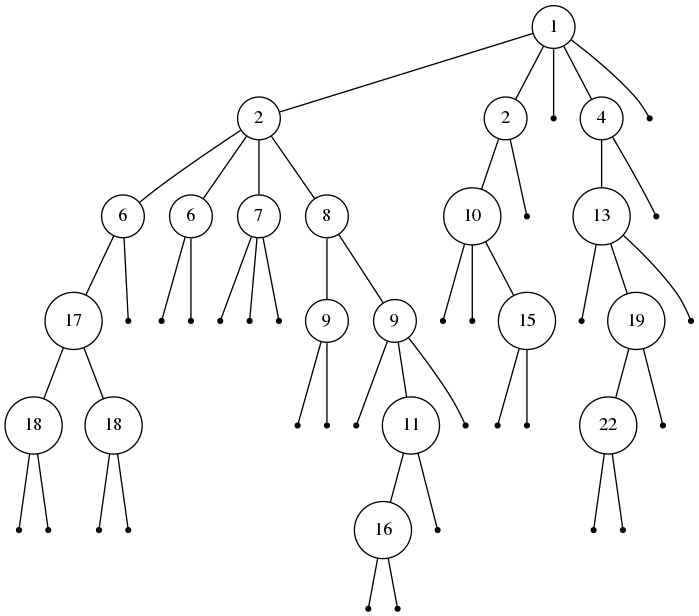
Earlier version of the Graphviz export tree/test9.png (Shaolans/Projet_AAGA). Its source is kept beside it as tree/test9.dot.
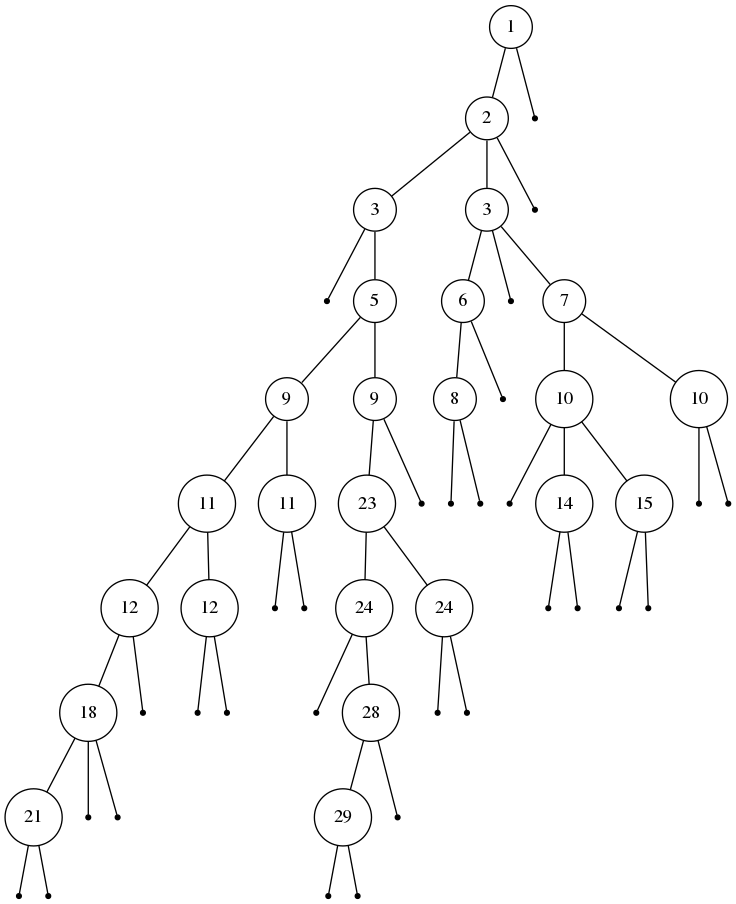
The same file after the commit.

The edit, as a diff of the source:
```diff
@@ -3,100 +3,110 @@
 treeimplementationSchroderTreeImpl7ea987ac [label="1", shape=circle, width=0.1];
 treeimplementationSchroderTreeImpl7ea987ac -> treeimplementationSchroderTreeImpl12a3a380;
 treeimplementationSchroderTreeImpl7ea987ac -> treeimplementationSchroderTreeImpl29453f44;
-treeimplementationSchroderTreeImpl7ea987ac -> treeimplementationSchroderTreeImpl5cad8086;
 treeimplementationSchroderTreeImpl12a3a380 [label="2", shape=circle, width=0.1];
+treeimplementationSchroderTreeImpl12a3a380 -> treeimplementationSchroderTreeImpl5cad8086;
 treeimplementationSchroderTreeImpl12a3a380 -> treeimplementationSchroderTreeImpl6e0be858;
 treeimplementationSchroderTreeImpl12a3a380 -> treeimplementationSchroderTreeImpl61bbe9ba;
-treeimplementationSchroderTreeImpl6e0be858 [label="4", shape=circle, width=0.1];
-treeimplementationSchroderTreeImpl6e0be858 -> treeimplementationSchroderTreeImpl610455d6;
-treeimplementationSchroderTreeImpl6e0be858 -> treeimplementationSchroderTreeImpl511d50c0;
-treeimplementationSchroderTreeImpl610455d6 [label="15", shape=circle, width=0.1];
-treeimplementationSchroderTreeImpl610455d6 -> treeimplementationSchroderTreeImpl60e53b93;
-treeimplementationSchroderTreeImpl610455d6 -> treeimplementationSchroderTreeImpl5e2de80c;
-treeimplementationSchroderTreeImpl60e53b93 [label="", shape=point];
-treeimplementationSchroderTreeImpl5e2de80c [label="19", shape=circle, width=0.1];
-treeimplementationSchroderTreeImpl5e2de80c -> treeimplementationSchroderTreeImpl1d44bcfa;
-treeimplementationSchroderTreeImpl5e2de80c -> treeimplementationSchroderTreeImpl266474c2;
-treeimplementationSchroderTreeImpl1d44bcfa [label="", shape=point];
-treeimplementationSchroderTreeImpl266474c2 [label="", shape=point];
-treeimplementationSchroderTreeImpl511d50c0 [label="", shape=point];
-treeimplementationSchroderTreeImpl61bbe9ba [label="4", shape=circle, width=0.1];
-treeimplementationSchroderTreeImpl61bbe9ba -> treeimplementationSchroderTreeImpl6f94fa3e;
-treeimplementationSchroderTreeImpl61bbe9ba -> treeimplementationSchroderTreeImpl5e481248;
-treeimplementationSchroderTreeImpl6f94fa3e [label="5", shape=circle, width=0.1];
+treeimplementationSchroderTreeImpl5cad8086 [label="3", shape=circle, width=0.1];
+treeimplementationSchroderTreeImpl5cad8086 -> treeimplementationSchroderTreeImpl610455d6;
+treeimplementationSchroderTreeImpl5cad8086 -> treeimplementationSchroderTreeImpl511d50c0;
+treeimplementationSchroderTreeImpl610455d6 [label="", shape=point];
+treeimplementationSchroderTreeImpl511d50c0 [label="5", shape=circle, width=0.1];
+treeimplementationSchroderTreeImpl511d50c0 -> treeimplementationSchroderTreeImpl60e53b93;
+treeimplementationSchroderTreeImpl511d50c0 -> treeimplementationSchroderTreeImpl5e2de80c;
+treeimplementationSchroderTreeImpl60e53b93 [label="9", shape=circle, width=0.1];
+treeimplementationSchroderTreeImpl60e53b93 -> treeimplementationSchroderTreeImpl1d44bcfa;
+treeimplementationSchroderTreeImpl60e53b93 -> treeimplementationSchroderTreeImpl266474c2;
+treeimplementationSchroderTreeImpl1d44bcfa [label="11", shape=circle, width=0.1];
+treeimplementationSchroderTreeImpl1d44bcfa -> treeimplementationSchroderTreeImpl6f94fa3e;
+treeimplementationSchroderTreeImpl1d44bcfa -> treeimplementationSchroderTreeImpl5e481248;
+treeimplementationSchroderTreeImpl6f94fa3e [label="12", shape=circle, width=0.1];
 treeimplementationSchroderTreeImpl6f94fa3e -> treeimplementationSchroderTreeImpl66d3c617;
 treeimplementationSchroderTreeImpl6f94fa3e -> treeimplementationSchroderTreeImpl63947c6b;
-treeimplementationSchroderTreeImpl6f94fa3e -> treeimplementationSchroderTreeImpl2b193f2d;
-treeimplementationSchroderTreeImpl66d3c617 [label="", shape=point];
-treeimplementationSchroderTreeImpl63947c6b [label="6", shape=circle, width=0.1];
-treeimplementationSchroderTreeImpl63947c6b -> treeimplementationSchroderTreeImpl355da254;
-treeimplementationSchroderTreeImpl63947c6b -> treeimplementationSchroderTreeImpl4dc63996;
-treeimplementationSchroderTreeImpl63947c6b -> treeimplementationSchroderTreeImpld716361;
-treeimplementationSchroderTreeImpl63947c6b -> treeimplementationSchroderTreeImpl6ff3c5b5;
-treeimplementationSchroderTreeImpl63947c6b -> treeimplementationSchroderTreeImpl3764951d;
-treeimplementationSchroderTreeImpl355da254 [label="9", shape=circle, width=0.1];
-treeimplementationSchroderTreeImpl355da254 -> treeimplementationSchroderTreeImpl4b1210ee;
-treeimplementationSchroderTreeImpl355da254 -> treeimplementationSchroderTreeImpl4d7e1886;
+treeimplementationSchroderTreeImpl66d3c617 [label="18", shape=circle, width=0.1];
+treeimplementationSchroderTreeImpl66d3c617 -> treeimplementationSchroderTreeImpl2b193f2d;
+treeimplementationSchroderTreeImpl66d3c617 -> treeimplementationSchroderTreeImpl355da254;
+treeimplementationSchroderTreeImpl66d3c617 -> treeimplementationSchroderTreeImpl4dc63996;
+treeimplementationSchroderTreeImpl2b193f2d [label="21", shape=circle, width=0.1];
+treeimplementationSchroderTreeImpl2b193f2d -> treeimplementationSchroderTreeImpld716361;
+treeimplementationSchroderTreeImpl2b193f2d -> treeimplementationSchroderTreeImpl6ff3c5b5;
+treeimplementationSchroderTreeImpld716361 [label="", shape=point];
+treeimplementationSchroderTreeImpl6ff3c5b5 [label="", shape=point];
+treeimplementationSchroderTreeImpl355da254 [label="", shape=point];
+treeimplementationSchroderTreeImpl4dc63996 [label="", shape=point];
+treeimplementationSchroderTreeImpl63947c6b [label="", shape=point];
+treeimplementationSchroderTreeImpl5e481248 [label="12", shape=circle, width=0.1];
+treeimplementationSchroderTreeImpl5e481248 -> treeimplementationSchroderTreeImpl3764951d;
+treeimplementationSchroderTreeImpl5e481248 -> treeimplementationSchroderTreeImpl4b1210ee;
+treeimplementationSchroderTreeImpl3764951d [label="", shape=point];
 treeimplementationSchroderTreeImpl4b1210ee [label="", shape=point];
+treeimplementationSchroderTreeImpl266474c2 [label="11", shape=circle, width=0.1];
+treeimplementationSchroderTreeImpl266474c2 -> treeimplementationSchroderTreeImpl4d7e1886;
+treeimplementationSchroderTreeImpl266474c2 -> treeimplementationSchroderTreeImpl3cd1a2f1;
 treeimplementationSchroderTreeImpl4d7e1886 [label="", shape=point];
-treeimplementationSchroderTreeImpl4dc63996 [label="9", shape=circle, width=0.1];
-treeimplementationSchroderTreeImpl4dc63996 -> treeimplementationSchroderTreeImpl3cd1a2f1;
-treeimplementationSchroderTreeImpl4dc63996 -> treeimplementationSchroderTreeImpl2f0e140b;
-treeimplementationSchroderTreeImpl3cd1a2f1 [label="13", shape=circle, width=0.1];
-treeimplementationSchroderTreeImpl3cd1a2f1 -> treeimplementationSchroderTreeImpl7440e464;
-treeimplementationSchroderTreeImpl3cd1a2f1 -> treeimplementationSchroderTreeImpl49476842;
-treeimplementationSchroderTreeImpl7440e464 [label="", shape=point];
-treeimplementationSchroderTreeImpl49476842 [label="21", shape=circle, width=0.1];
-treeimplementationSchroderTreeImpl49476842 -> treeimplementationSchroderTreeImpl78308db1;
+treeimplementationSchroderTreeImpl3cd1a2f1 [label="", shape=point];
+treeimplementationSchroderTreeImpl5e2de80c [label="9", shape=circle, width=0.1];
+treeimplementationSchroderTreeImpl5e2de80c -> treeimplementationSchroderTreeImpl2f0e140b;
+treeimplementationSchroderTreeImpl5e2de80c -> treeimplementationSchroderTreeImpl7440e464;
+treeimplementationSchroderTreeImpl2f0e140b [label="23", shape=circle, width=0.1];
+treeimplementationSchroderTreeImpl2f0e140b -> treeimplementationSchroderTreeImpl49476842;
+treeimplementationSchroderTreeImpl2f0e140b -> treeimplementationSchroderTreeImpl78308db1;
+treeimplementationSchroderTreeImpl49476842 [label="24", shape=circle, width=0.1];
 treeimplementationSchroderTreeImpl49476842 -> treeimplementationSchroderTreeImpl27c170f0;
 treeimplementationSchroderTreeImpl49476842 -> treeimplementationSchroderTreeImpl5451c3a8;
-treeimplementationSchroderTreeImpl78308db1 [label="", shape=point];
 treeimplementationSchroderTreeImpl27c170f0 [label="", shape=point];
-treeimplementationSchroderTreeImpl5451c3a8 [label="24", shape=circle, width=0.1];
+treeimplementationSchroderTreeImpl5451c3a8 [label="28", shape=circle, width=0.1];
 treeimplementationSchroderTreeImpl5451c3a8 -> treeimplementationSchroderTreeImpl2626b418;
 treeimplementationSchroderTreeImpl5451c3a8 -> treeimplementationSchroderTreeImpl5a07e868;
-treeimplementationSchroderTreeImpl5451c3a8 -> treeimplementationSchroderTreeImpl76ed5528;
-treeimplementationSchroderTreeImpl2626b418 [label="", shape=point];
+treeimplementationSchroderTreeImpl2626b418 [label="29", shape=circle, width=0.1];
+treeimplementationSchroderTreeImpl2626b418 -> treeimplementationSchroderTreeImpl76ed5528;
+treeimplementationSchroderTreeImpl2626b418 -> treeimplementationSchroderTreeImpl2c7b84de;
+treeimplementationSchroderTreeImpl76ed5528 [label="", shape=point];
+treeimplementationSchroderTreeImpl2c7b84de [label="", shape=point];
 treeimplementationSchroderTreeImpl5a07e868 [label="", shape=point];
-treeimplementationSchroderTreeImpl76ed5528 [label="", shape=point];
-treeimplementationSchroderTreeImpl2f0e140b [label="", shape=point];
-treeimplementationSchroderTreeImpld716361 [label="", shape=point];
-treeimplementationSchroderTreeImpl6ff3c5b5 [label="11", shape=circle, width=0.1];
-treeimplementationSchroderTreeImpl6ff3c5b5 -> treeimplementationSchroderTreeImpl2c7b84de;
-treeimplementationSchroderTreeImpl6ff3c5b5 -> treeimplementationSchroderTreeImpl3fee733d;
-treeimplementationSchroderTreeImpl2c7b84de [label="14", shape=circle, width=0.1];
-treeimplementationSchroderTreeImpl2c7b84de -> treeimplementationSchroderTreeImpl5acf9800;
-treeimplementationSchroderTreeImpl2c7b84de -> treeimplementationSchroderTreeImpl4617c264;
+treeimplementationSchroderTreeImpl78308db1 [label="24", shape=circle, width=0.1];
+treeimplementationSchroderTreeImpl78308db1 -> treeimplementationSchroderTreeImpl3fee733d;
+treeimplementationSchroderTreeImpl78308db1 -> treeimplementationSchroderTreeImpl5acf9800;
+treeimplementationSchroderTreeImpl3fee733d [label="", shape=point];
 treeimplementationSchroderTreeImpl5acf9800 [label="", shape=point];
-treeimplementationSchroderTreeImpl4617c264 [label="16", shape=circle, width=0.1];
-treeimplementationSchroderTreeImpl4617c264 -> treeimplementationSchroderTreeImpl36baf30c;
-treeimplementationSchroderTreeImpl4617c264 -> treeimplementationSchroderTreeImpl7a81197d;
+treeimplementationSchroderTreeImpl7440e464 [label="", shape=point];
+treeimplementationSchroderTreeImpl6e0be858 [label="3", shape=circle, width=0.1];
+treeimplementationSchroderTreeImpl6e0be858 -> treeimplementationSchroderTreeImpl4617c264;
+treeimplementationSchroderTreeImpl6e0be858 -> treeimplementationSchroderTreeImpl36baf30c;
+treeimplementationSchroderTreeImpl6e0be858 -> treeimplementationSchroderTreeImpl7a81197d;
+treeimplementationSchroderTreeImpl4617c264 [label="6", shape=circle, width=0.1];
 treeimplementationSchroderTreeImpl4617c264 -> treeimplementationSchroderTreeImpl5ca881b5;
+treeimplementationSchroderTreeImpl4617c264 -> treeimplementationSchroderTreeImpl24d46ca6;
+treeimplementationSchroderTreeImpl5ca881b5 [label="8", shape=circle, width=0.1];
+treeimplementationSchroderTreeImpl5ca881b5 -> treeimplementationSchroderTreeImpl4517d9a3;
+treeimplementationSchroderTreeImpl5ca881b5 -> treeimplementationSchroderTreeImpl372f7a8d;
+treeimplementationSchroderTreeImpl4517d9a3 [label="", shape=point];
+treeimplementationSchroderTreeImpl372f7a8d [label="", shape=point];
+treeimplementationSchroderTreeImpl24d46ca6 [label="", shape=point];
 treeimplementationSchroderTreeImpl36baf30c [label="", shape=point];
-treeimplementationSchroderTreeImpl7a81197d [label="", shape=point];
-treeimplementationSchroderTreeImpl5ca881b5 [label="18", shape=circle, width=0.1];
-treeimplementationSchroderTreeImpl5ca881b5 -> treeimplementationSchroderTreeImpl24d46ca6;
-treeimplementationSchroderTreeImpl5ca881b5 -> treeimplementationSchroderTreeImpl4517d9a3;
-treeimplementationSchroderTreeImpl24d46ca6 [label="", shape=point];
-treeimplementationSchroderTreeImpl4517d9a3 [label="20", shape=circle, width=0.1];
-treeimplementationSchroderTreeImpl4517d9a3 -> treeimplementationSchroderTreeImpl372f7a8d;
-treeimplementationSchroderTreeImpl4517d9a3 -> treeimplementationSchroderTreeImpl2f92e0f4;
-treeimplementationSchroderTreeImpl4517d9a3 -> treeimplementationSchroderTreeImpl28a418fc;
-treeimplementationSchroderTreeImpl372f7a8d [label="", shape=point];
-treeimplementationSchroderTreeImpl2f92e0f4 [label="", shape=point];
-treeimplementationSchroderTreeImpl28a418fc [label="28", shape=circle, width=0.1];
-treeimplementationSchroderTreeImpl28a418fc -> treeimplementationSchroderTreeImpl5305068a;
-treeimplementationSchroderTreeImpl28a418fc -> treeimplementationSchroderTreeImpl1f32e575;
+treeimplementationSchroderTreeImpl7a81197d [label="7", shape=circle, width=0.1];
+treeimplementationSchroderTreeImpl7a81197d -> treeimplementationSchroderTreeImpl2f92e0f4;
+treeimplementationSchroderTreeImpl7a81197d -> treeimplementationSchroderTreeImpl28a418fc;
+treeimplementationSchroderTreeImpl2f92e0f4 [label="10", shape=circle, width=0.1];
+treeimplementationSchroderTreeImpl2f92e0f4 -> treeimplementationSchroderTreeImpl5305068a;
+treeimplementationSchroderTreeImpl2f92e0f4 -> treeimplementationSchroderTreeImpl1f32e575;
+treeimplementationSchroderTreeImpl2f92e0f4 -> treeimplementationSchroderTreeImpl279f2327;
 treeimplementationSchroderTreeImpl5305068a [label="", shape=point];
-treeimplementationSchroderTreeImpl1f32e575 [label="", shape=point];
-treeimplementationSchroderTreeImpl3fee733d [label="", shape=point];
-treeimplementationSchroderTreeImpl3764951d [label="", shape=point];
-treeimplementationSchroderTreeImpl2b193f2d [label="", shape=point];
-treeimplementationSchroderTreeImpl5e481248 [label="", shape=point];
-treeimplementationSchroderTreeImpl29453f44 [label="2", shape=circle, width=0.1];
-treeimplementationSchroderTreeImpl29453f44 -> treeimplementationSchroderTreeImpl279f2327;
-treeimplementationSchroderTreeImpl29453f44 -> treeimplementationSchroderTreeImpl2ff4acd0;
-treeimplementationSchroderTreeImpl279f2327 [label="", shape=point];
+treeimplementationSchroderTreeImpl1f32e575 [label="14", shape=circle, width=0.1];
+treeimplementationSchroderTreeImpl1f32e575 -> treeimplementationSchroderTreeImpl2ff4acd0;
+treeimplementationSchroderTreeImpl1f32e575 -> treeimplementationSchroderTreeImpl54bedef2;
 treeimplementationSchroderTreeImpl2ff4acd0 [label="", shape=point];
-treeimplementationSchroderTreeImpl5cad8086 [label="", shape=point];
+treeimplementationSchroderTreeImpl54bedef2 [label="", shape=point];
+treeimplementationSchroderTreeImpl279f2327 [label="15", shape=circle, width=0.1];
+treeimplementationSchroderTreeImpl279f2327 -> treeimplementationSchroderTreeImpl5caf905d;
+treeimplementationSchroderTreeImpl279f2327 -> treeimplementationSchroderTreeImpl27716f4;
+treeimplementationSchroderTreeImpl5caf905d [label="", shape=point];
+treeimplementationSchroderTreeImpl27716f4 [label="", shape=point];
+treeimplementationSchroderTreeImpl28a418fc [label="10", shape=circle, width=0.1];
+treeimplementationSchroderTreeImpl28a418fc -> treeimplementationSchroderTreeImpl8efb846;
+treeimplementationSchroderTreeImpl28a418fc -> treeimplementationSchroderTreeImpl2a84aee7;
+treeimplementationSchroderTreeImpl8efb846 [label="", shape=point];
+treeimplementationSchroderTreeImpl2a84aee7 [label="", shape=point];
+treeimplementationSchroderTreeImpl61bbe9ba [label="", shape=point];
+treeimplementationSchroderTreeImpl29453f44 [label="", shape=point];
 }
```
